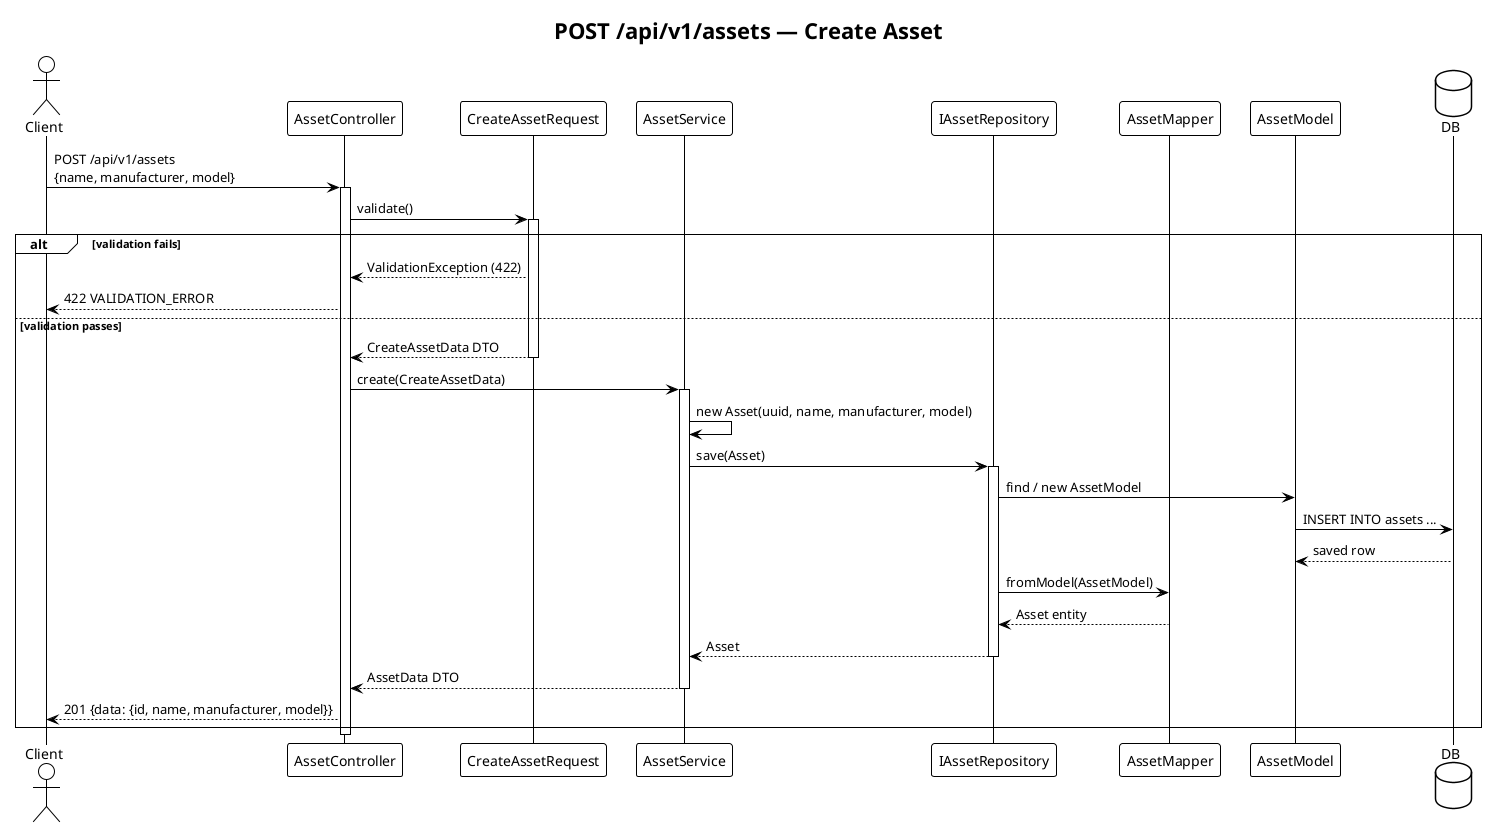
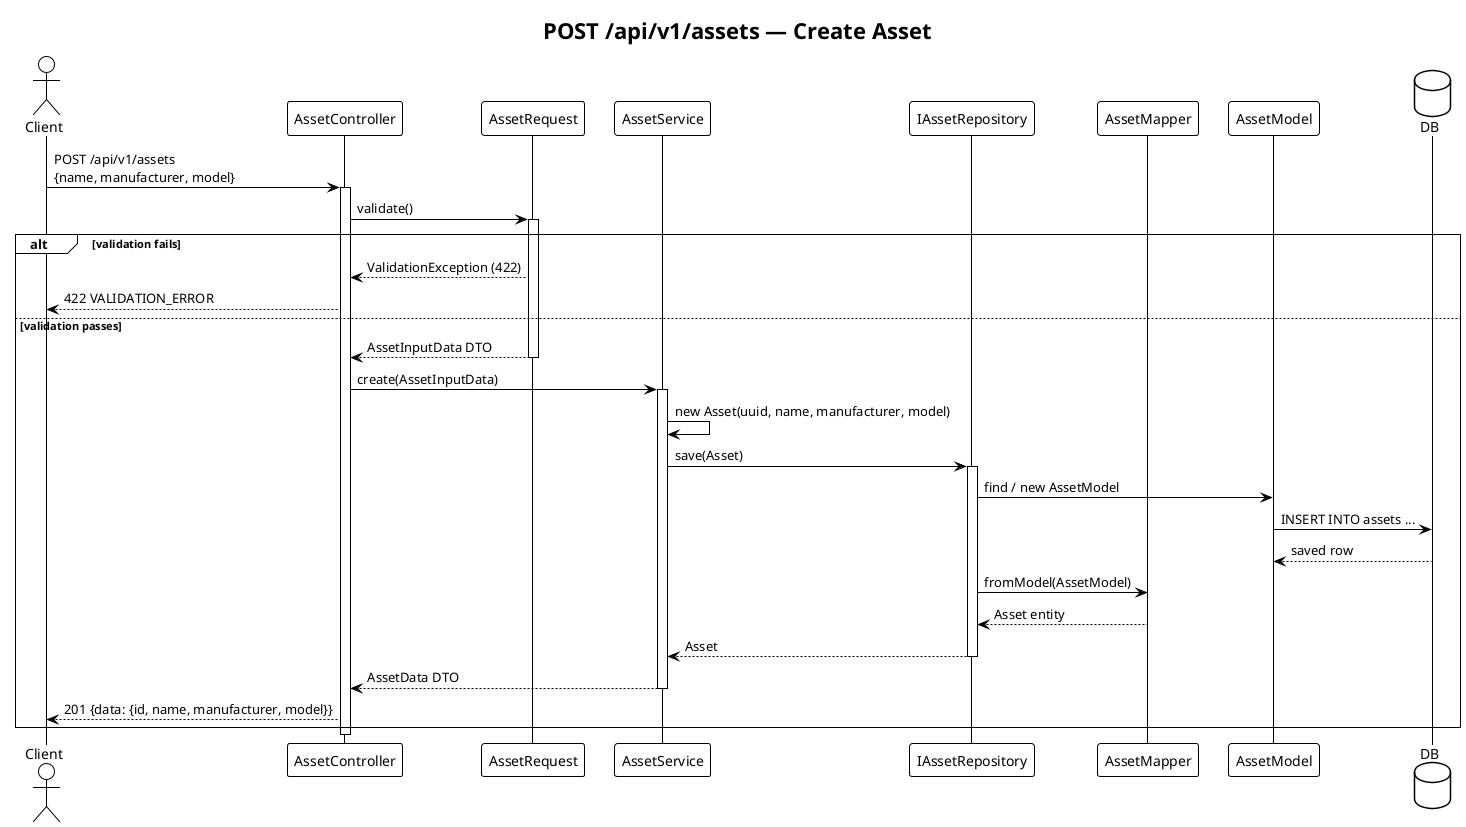
@startuml create-asset
!theme plain
title POST /api/v1/assets — Create Asset

actor Client
participant "AssetController" as Controller
- participant "CreateAssetRequest" as Request
+ participant "AssetRequest" as Request
participant "AssetService" as Service
participant "IAssetRepository" as IRepo
participant "AssetMapper" as Mapper
participant "AssetModel" as Model
database DB

Client -> Controller : POST /api/v1/assets\n{name, manufacturer, model}
activate Controller

Controller -> Request : validate()
activate Request

alt validation fails
    Request --> Controller : ValidationException (422)
    Controller --> Client : 422 VALIDATION_ERROR
else validation passes
-     Request --> Controller : CreateAssetData DTO
+     Request --> Controller : AssetInputData DTO
    deactivate Request

-     Controller -> Service : create(CreateAssetData)
+     Controller -> Service : create(AssetInputData)
    activate Service

    Service -> Service : new Asset(uuid, name, manufacturer, model)
    Service -> IRepo : save(Asset)
    activate IRepo

    IRepo -> Model : find / new AssetModel
    Model -> DB : INSERT INTO assets ...
    DB --> Model : saved row
    IRepo -> Mapper : fromModel(AssetModel)
    Mapper --> IRepo : Asset entity
    IRepo --> Service : Asset
    deactivate IRepo

    Service --> Controller : AssetData DTO
    deactivate Service

    Controller --> Client : 201 {data: {id, name, manufacturer, model}}
end

deactivate Controller
@enduml
